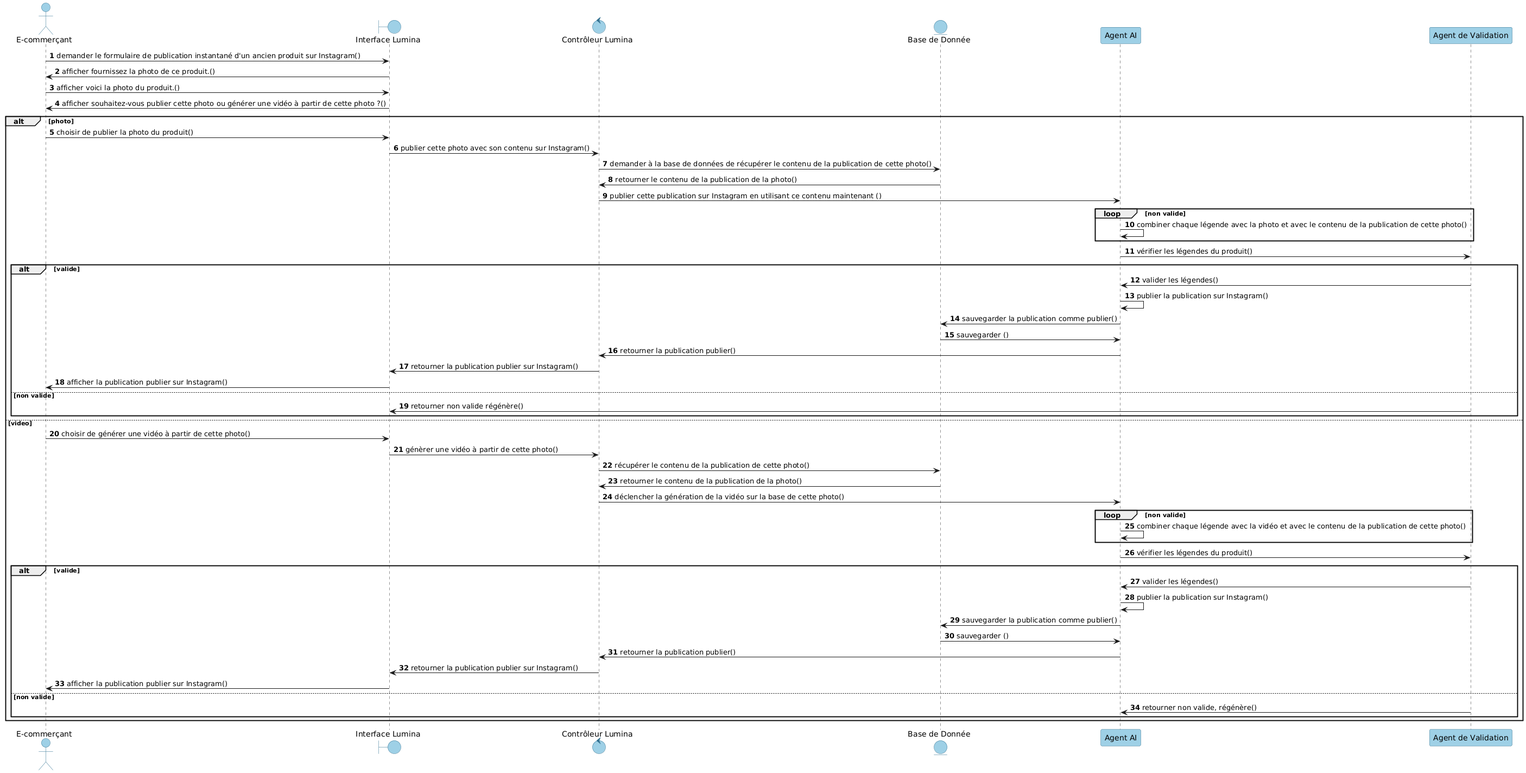
MahdiBelguith/E-commerce-Lunmina keeps this PlantUML diagram as conception/publucationsequence/publication instantannée d'un ancien produit sur Instagram.png. Above is the earlier version. Source of this version:
```plantuml
@startuml
autonumber
skinparam backgroundColor white

skinparam participant {
    BackgroundColor #9ED0E6
    BorderColor #2F6F8F
    FontColor black
}

skinparam actor {
    BackgroundColor #9ED0E6
    BorderColor #2F6F8F
    FontColor black
}

skinparam entity {
    BackgroundColor #9ED0E6
    BorderColor #2F6F8F
    FontColor black
}

skinparam boundary {
    BackgroundColor #9ED0E6
    BorderColor #2F6F8F
    FontColor black
}
skinparam control {
    BackgroundColor #9ED0E6
    BorderColor #2F6F8F
    FontColor black
}
actor "E-commerçant" as User
boundary "Interface Lumina" as UI
control "Contrôleur Lumina" as Controller
Entity "Base de Donnée" as DB
participant "Agent AI" as AI
participant "Agent de Validation" as Validator

User -> UI :  demander le formulaire de publication instantané d'un ancien produit sur Instagram()
UI -> User : afficher fournissez la photo de ce produit.()
User -> UI : afficher voici la photo du produit.()
            UI ->User : afficher souhaitez-vous publier cette photo ou générer une vidéo à partir de cette photo ?()
            alt photo
                User -> UI : choisir de publier la photo du produit()
                UI -> Controller : publier cette photo avec son contenu sur Instagram()
                Controller -> DB : demander à la base de données de récupérer le contenu de la publication de cette photo()
                DB -> Controller : retourner le contenu de la publication de la photo()
                Controller -> AI : publier cette publication sur Instagram en utilisant ce contenu maintenant ()
                loop non valide
                    AI -> AI :combiner chaque légende avec la photo et avec le contenu de la publication de cette photo()
                end loop
                AI -> Validator : vérifier les légendes du produit()
                alt valide
                    Validator -> AI : valider les légendes()
                    AI -> AI : publier la publication sur Instagram()
                    AI -> DB : sauvegarder la publication comme publier()
                    DB -> AI : sauvegarder ()
                    AI -> Controller : retourner la publication publier()
                    Controller -> UI : retourner la publication publier sur Instagram()
                    UI  -> User : afficher la publication publier sur Instagram()
                else non valide
                    Validator ->UI : retourner non valide régénère()
                end
            else video
                User -> UI : choisir de générer une vidéo à partir de cette photo()
                UI -> Controller : génèrer une vidéo à partir de cette photo()
                Controller -> DB : récupérer le contenu de la publication de cette photo()
                DB -> Controller : retourner le contenu de la publication de la photo()
                Controller -> AI : déclencher la génération de la vidéo sur la base de cette photo()
                loop non valide
                    AI -> AI :combiner chaque légende avec la vidéo et avec le contenu de la publication de cette photo()
                end loop
                AI -> Validator : vérifier les légendes du produit()
                alt valide
                    Validator -> AI : valider les légendes()
                    AI -> AI : publier la publication sur Instagram()
                    AI -> DB : sauvegarder la publication comme publier()
                    DB -> AI : sauvegarder ()
                    AI -> Controller : retourner la publication publier()
                    Controller -> UI : retourner la publication publier sur Instagram()
                    UI  -> User : afficher la publication publier sur Instagram()
                else non valide
                    Validator -> AI : retourner non valide, régénère()
                end
            end
@enduml
```
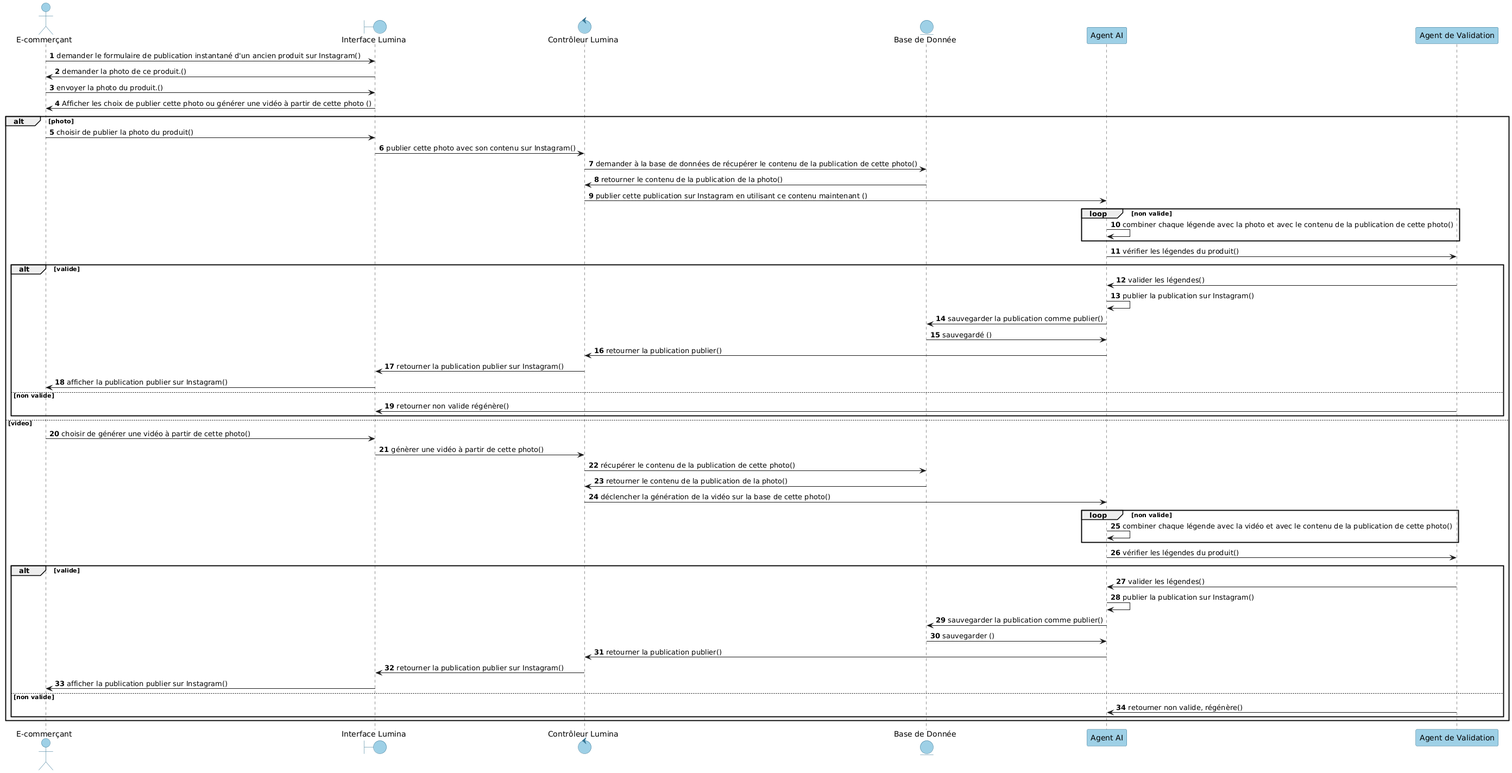
After the change.

Change to the diagram source:
```diff
@@ -38,9 +38,9 @@
 participant "Agent de Validation" as Validator
 
 User -> UI :  demander le formulaire de publication instantané d'un ancien produit sur Instagram()
-UI -> User : afficher fournissez la photo de ce produit.()
-User -> UI : afficher voici la photo du produit.()
-            UI ->User : afficher souhaitez-vous publier cette photo ou générer une vidéo à partir de cette photo ?()
+UI -> User :  demander la photo de ce produit.()
+User -> UI :  envoyer la photo du produit.()
+            UI ->User : Afficher les choix de publier cette photo ou générer une vidéo à partir de cette photo ()
             alt photo
                 User -> UI : choisir de publier la photo du produit()
                 UI -> Controller : publier cette photo avec son contenu sur Instagram()
@@ -55,7 +55,7 @@
                     Validator -> AI : valider les légendes()
                     AI -> AI : publier la publication sur Instagram()
                     AI -> DB : sauvegarder la publication comme publier()
-                    DB -> AI : sauvegarder ()
+                    DB -> AI : sauvegardé ()
                     AI -> Controller : retourner la publication publier()
                     Controller -> UI : retourner la publication publier sur Instagram()
                     UI  -> User : afficher la publication publier sur Instagram()
```
